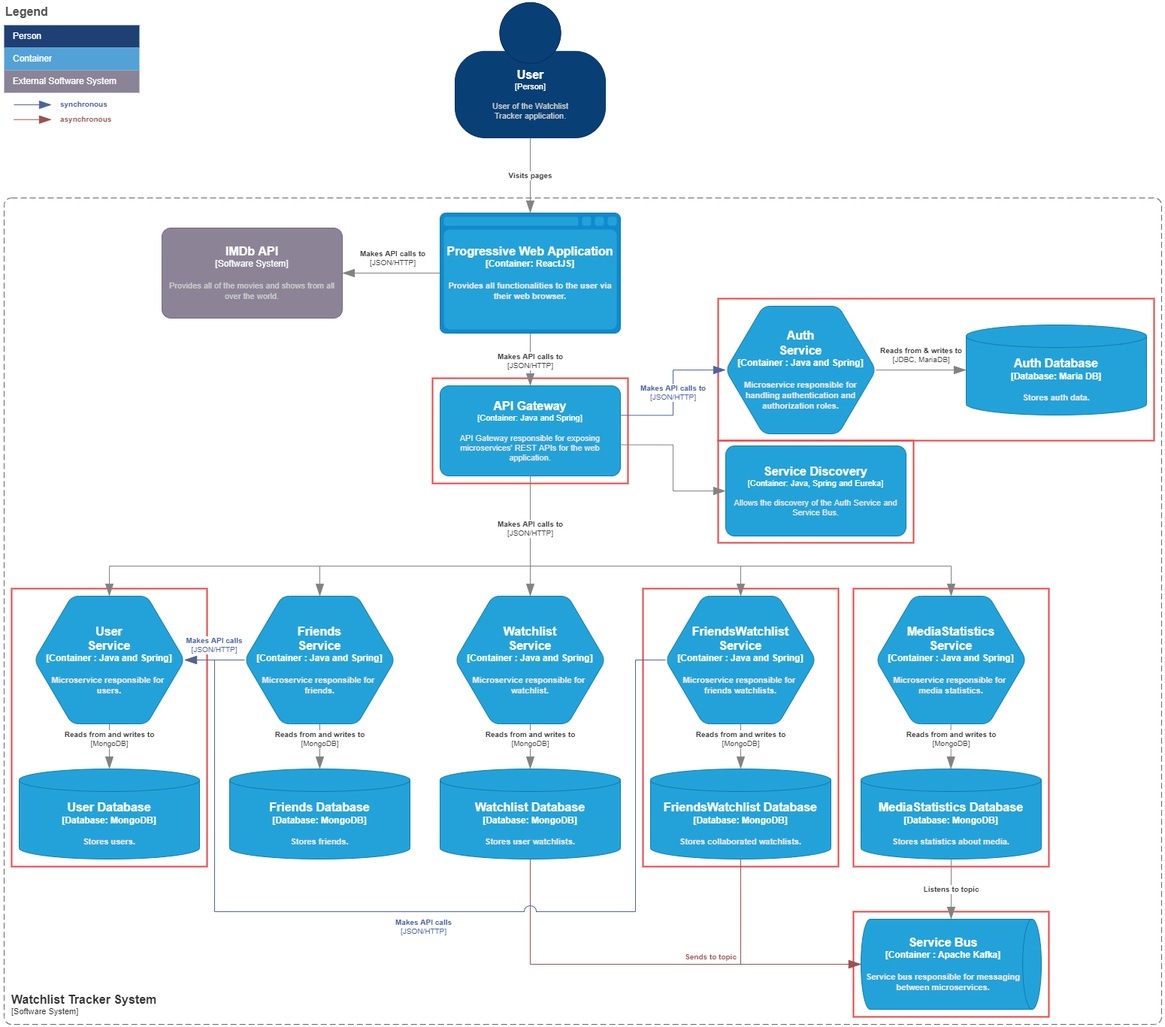
Above: profile/Container diagram - project focus.png in SEM6-WatchlistTracker/.github (draw.io), before the change. Source tidied: cells renumbered, new cells last; positions are measured from the earlier drawing's top-left corner, leaving out a move shared by most shapes.
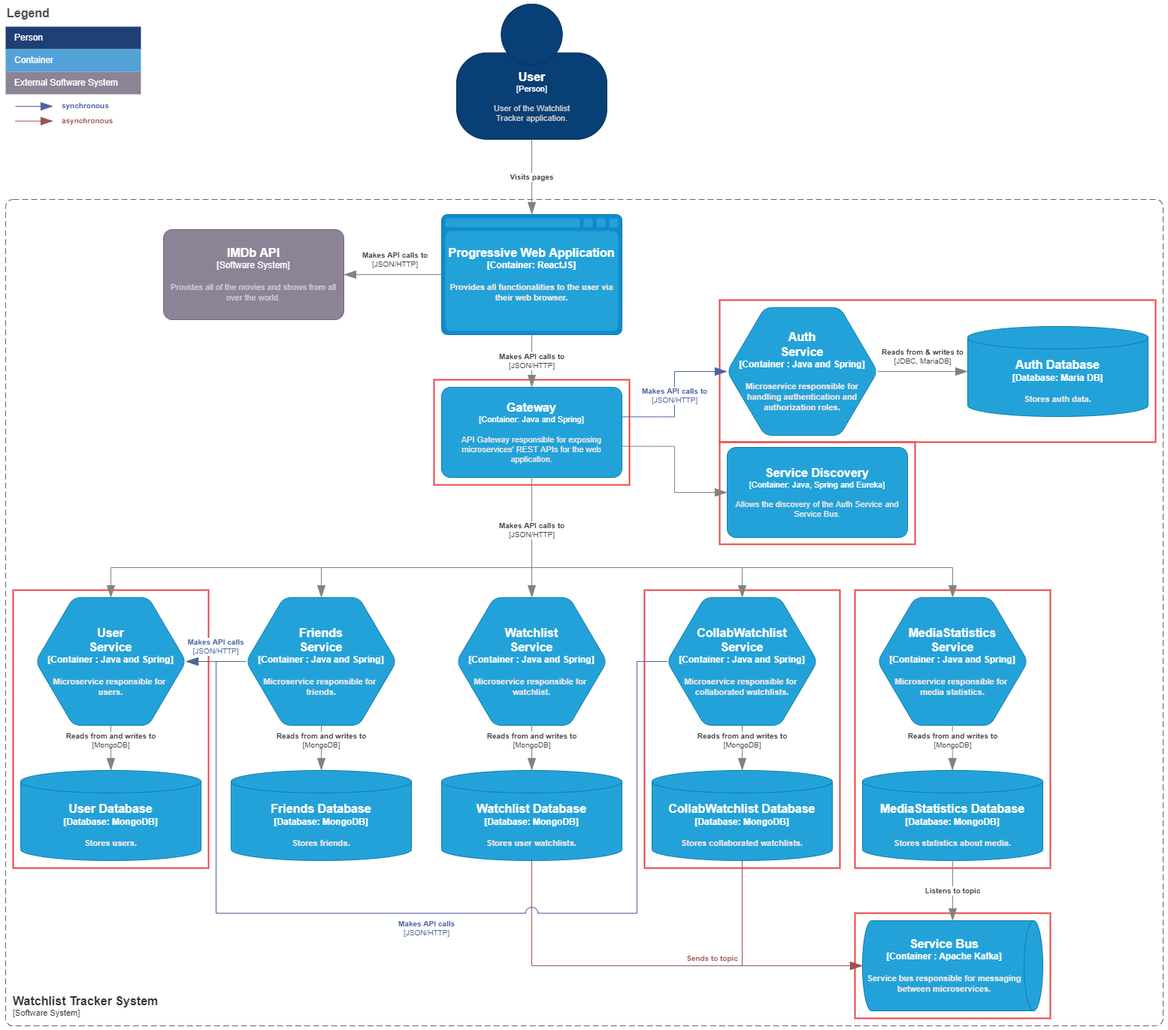
After the change.

Commit message:
Updated container diagram

What changed in the source:
```diff
@@ -58,7 +58,7 @@
         </mxGeometry>
       </mxCell>
     </object>
-    <object id="18" label="&lt;font style=&quot;font-size: 16px&quot;&gt;&lt;b&gt;%c4Name%&lt;/b&gt;&lt;/font&gt;&lt;div&gt;[%c4Type%: %c4Technology%]&lt;/div&gt;&lt;br&gt;&lt;div&gt;&lt;font style=&quot;font-size: 11px&quot;&gt;&lt;font color=&quot;#E6E6E6&quot;&gt;%c4Description%&lt;/font&gt;&lt;/div&gt;" c4Description="API Gateway responsible for exposing microservices' REST APIs for the web application." c4Name="API Gateway" c4Technology="Java and Spring" c4Type="Container" placeholders="1">
+    <object id="18" label="&lt;font style=&quot;font-size: 16px&quot;&gt;&lt;b&gt;%c4Name%&lt;/b&gt;&lt;/font&gt;&lt;div&gt;[%c4Type%: %c4Technology%]&lt;/div&gt;&lt;br&gt;&lt;div&gt;&lt;font style=&quot;font-size: 11px&quot;&gt;&lt;font color=&quot;#E6E6E6&quot;&gt;%c4Description%&lt;/font&gt;&lt;/div&gt;" c4Description="API Gateway responsible for exposing microservices' REST APIs for the web application." c4Name="Gateway" c4Technology="Java and Spring" c4Type="Container" placeholders="1">
       <mxCell style="rounded=1;whiteSpace=wrap;html=1;fontSize=11;labelBackgroundColor=none;fillColor=#23A2D9;fontColor=#ffffff;align=center;arcSize=10;strokeColor=#0E7DAD;points=[[0.25,0,0],[0.5,0,0],[0.75,0,0],[1,0.25,0],[1,0.5,0],[1,0.75,0],[0.75,1,0],[0.5,1,0],[0.25,1,0],[0,0.75,0],[0,0.5,0],[0,0.25,0]];" parent="1" vertex="1">
         <mxGeometry x="580" y="510" width="240" height="120" as="geometry" />
       </mxCell>
@@ -135,12 +135,12 @@
         </mxGeometry>
       </mxCell>
     </object>
-    <object id="31" label="&lt;font style=&quot;font-size: 16px&quot;&gt;&lt;b&gt;%c4Type%&lt;/font&gt;&lt;div&gt;[%c4Container%:&amp;nbsp;%c4Technology%]&lt;/div&gt;&lt;br&gt;&lt;div&gt;&lt;font style=&quot;font-size: 11px&quot;&gt;&lt;font color=&quot;#E6E6E6&quot;&gt;%c4Description%&lt;/font&gt;&lt;/div&gt;" c4Container="Container " c4Description="Microservice responsible for &#10;friends watchlists." c4Technology="Java and Spring" c4Type="FriendsWatchlist&#10;Service" placeholders="1">
+    <object id="31" label="&lt;font style=&quot;font-size: 16px&quot;&gt;&lt;b&gt;%c4Type%&lt;/font&gt;&lt;div&gt;[%c4Container%:&amp;nbsp;%c4Technology%]&lt;/div&gt;&lt;br&gt;&lt;div&gt;&lt;font style=&quot;font-size: 11px&quot;&gt;&lt;font color=&quot;#E6E6E6&quot;&gt;%c4Description%&lt;/font&gt;&lt;/div&gt;" c4Container="Container " c4Description="Microservice responsible for &#10;collaborated watchlists." c4Technology="Java and Spring" c4Type="CollabWatchlist&#10;Service" placeholders="1">
       <mxCell style="shape=hexagon;size=50;perimeter=hexagonPerimeter2;whiteSpace=wrap;html=1;fixedSize=1;rounded=1;labelBackgroundColor=none;fillColor=#23A2D9;fontSize=12;fontColor=#ffffff;align=center;strokeColor=#0E7DAD;points=[[0.5,0,0],[1,0.25,0],[1,0.5,0],[1,0.75,0],[0.5,1,0],[0,0.75,0],[0,0.5,0],[0,0.25,0]];" parent="1" vertex="1">
         <mxGeometry x="880" y="790" width="200" height="170" as="geometry" />
       </mxCell>
     </object>
-    <object id="32" label="&lt;font style=&quot;font-size: 16px&quot;&gt;&lt;b&gt;%c4Type%&lt;/font&gt;&lt;div&gt;[%c4Container%:&amp;nbsp;%c4Technology%]&lt;/div&gt;&lt;br&gt;&lt;div&gt;&lt;font style=&quot;font-size: 11px&quot;&gt;&lt;font color=&quot;#E6E6E6&quot;&gt;%c4Description%&lt;/font&gt;&lt;/div&gt;" c4Container="Database" c4Description="Stores collaborated watchlists." c4Technology="MongoDB" c4Type="FriendsWatchlist Database" placeholders="1">
+    <object id="32" label="&lt;font style=&quot;font-size: 16px&quot;&gt;&lt;b&gt;%c4Type%&lt;/font&gt;&lt;div&gt;[%c4Container%:&amp;nbsp;%c4Technology%]&lt;/div&gt;&lt;br&gt;&lt;div&gt;&lt;font style=&quot;font-size: 11px&quot;&gt;&lt;font color=&quot;#E6E6E6&quot;&gt;%c4Description%&lt;/font&gt;&lt;/div&gt;" c4Container="Database" c4Description="Stores collaborated watchlists." c4Technology="MongoDB" c4Type="CollabWatchlist Database" placeholders="1">
       <mxCell style="shape=cylinder3;size=15;whiteSpace=wrap;html=1;boundedLbl=1;rounded=0;labelBackgroundColor=none;fillColor=#23A2D9;fontSize=12;fontColor=#ffffff;align=center;strokeColor=#0E7DAD;points=[[0.5,0,0],[1,0.25,0],[1,0.5,0],[1,0.75,0],[0.5,1,0],[0,0.75,0],[0,0.5,0],[0,0.25,0]];" parent="1" vertex="1">
         <mxGeometry x="860" y="1020" width="240" height="120" as="geometry" />
       </mxCell>
```
